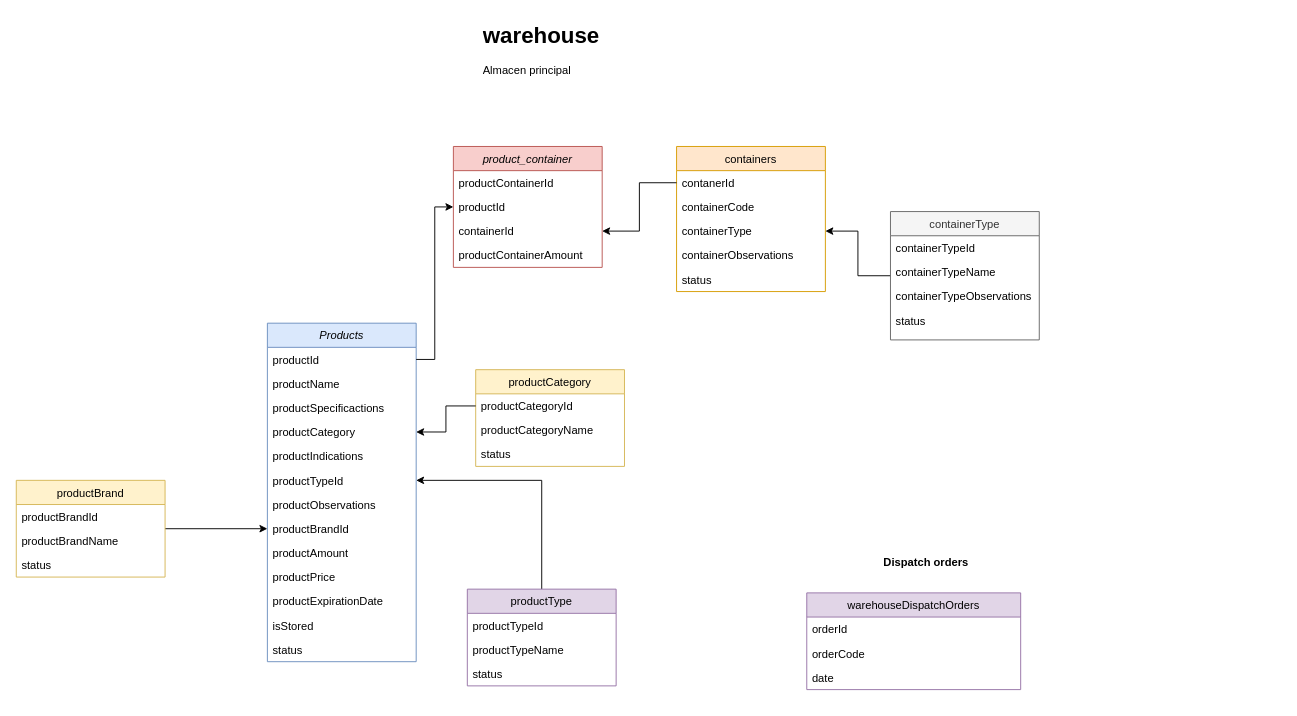
Above: pharmacy.drawio in CarlosMayo1/pharmacy (draw.io), before the change. Source tidied: cells renumbered, new cells numbered last; positions are measured from the earlier drawing's top-left corner, leaving out a move shared by most shapes. Both pictures are drawn from the tidied source at 93%, with x=0, y=0 at pixel (16, 16).
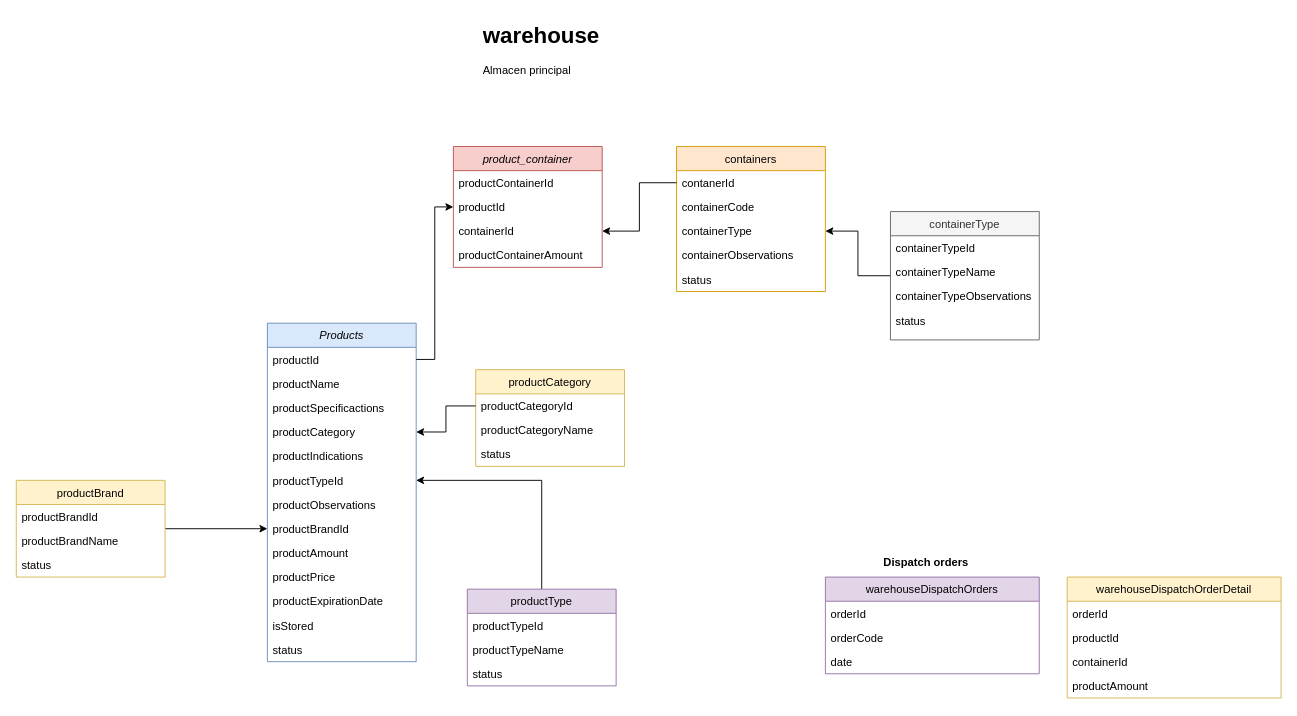
The same diagram, later.

What changed in the source:
```diff
@@
     <mxCell id="51" value="warehouseDispatchOrders" style="swimlane;fontStyle=0;align=center;verticalAlign=top;horizontal=1;startSize=26;rounded=0;shadow=0;strokeWidth=1;fillColor=#e1d5e7;strokeColor=#9673a6;" parent="1" vertex="1">
-      <mxGeometry x="850" y="620" width="230" height="104" as="geometry" />
+      <mxGeometry x="870" y="603" width="230" height="104" as="geometry" />
     </mxCell>
@@
+    <mxCell id="56" value="warehouseDispatchOrderDetail" style="swimlane;fontStyle=0;align=center;verticalAlign=top;horizontal=1;startSize=26;rounded=0;shadow=0;strokeWidth=1;fillColor=#fff2cc;strokeColor=#d6b656;" parent="1" vertex="1">
+      <mxGeometry x="1130" y="603" width="230" height="130" as="geometry" />
+    </mxCell>
+    <mxCell id="57" value="orderId" style="text;align=left;verticalAlign=top;spacingLeft=4;spacingRight=4;overflow=hidden;" parent="56" vertex="1">
+      <mxGeometry y="26" width="230" height="26" as="geometry" />
+    </mxCell>
+    <mxCell id="58" value="productId" style="text;align=left;verticalAlign=top;spacingLeft=4;spacingRight=4;overflow=hidden;" parent="56" vertex="1">
+      <mxGeometry y="52" width="230" height="26" as="geometry" />
+    </mxCell>
+    <mxCell id="59" value="containerId" style="text;align=left;verticalAlign=top;spacingLeft=4;spacingRight=4;overflow=hidden;" parent="56" vertex="1">
+      <mxGeometry y="78" width="230" height="26" as="geometry" />
+    </mxCell>
+    <mxCell id="60" value="productAmount" style="text;align=left;verticalAlign=top;spacingLeft=4;spacingRight=4;overflow=hidden;" parent="56" vertex="1">
+      <mxGeometry y="104" width="230" height="26" as="geometry" />
+    </mxCell>
```
